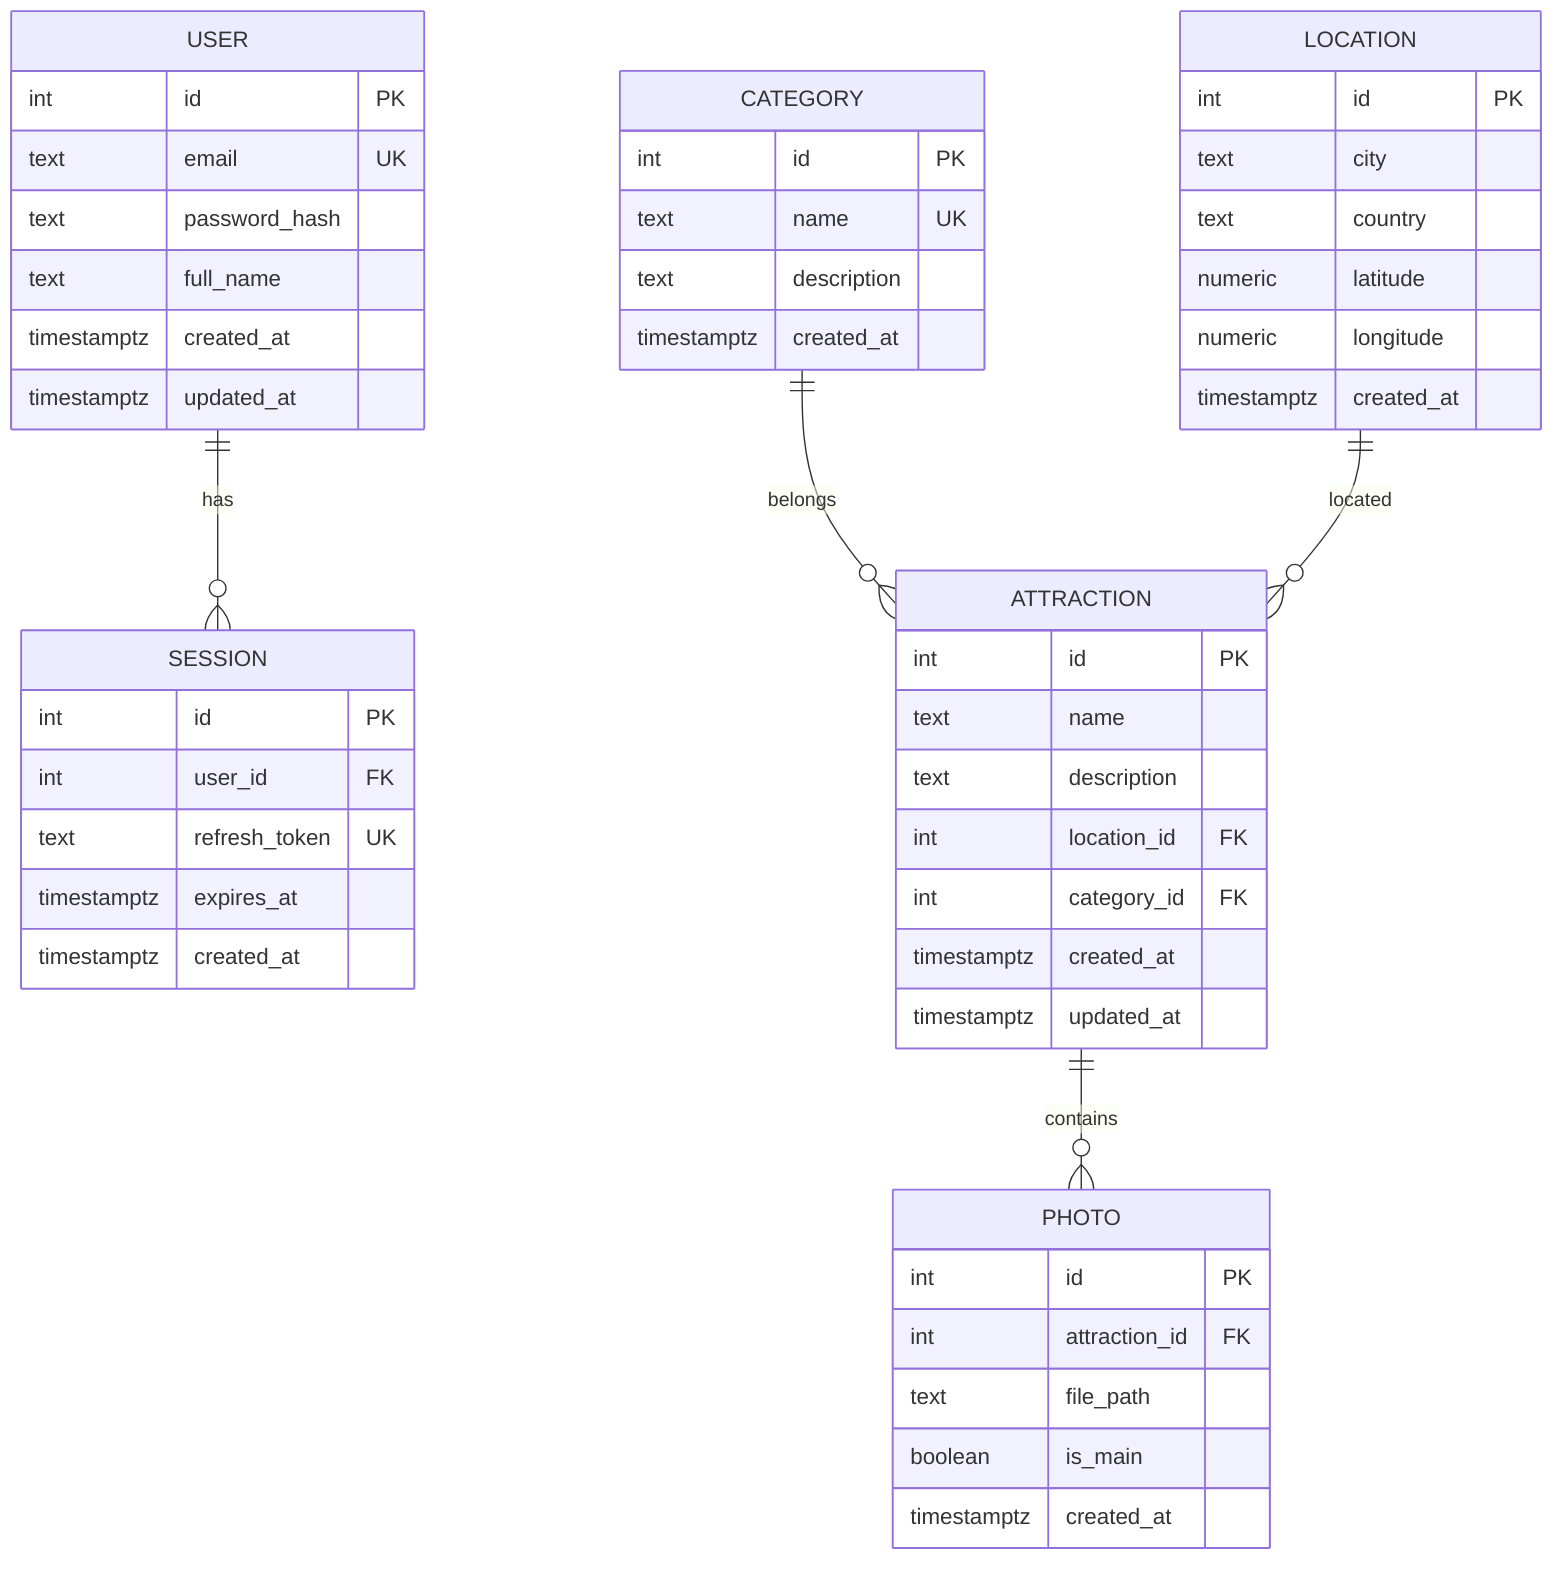
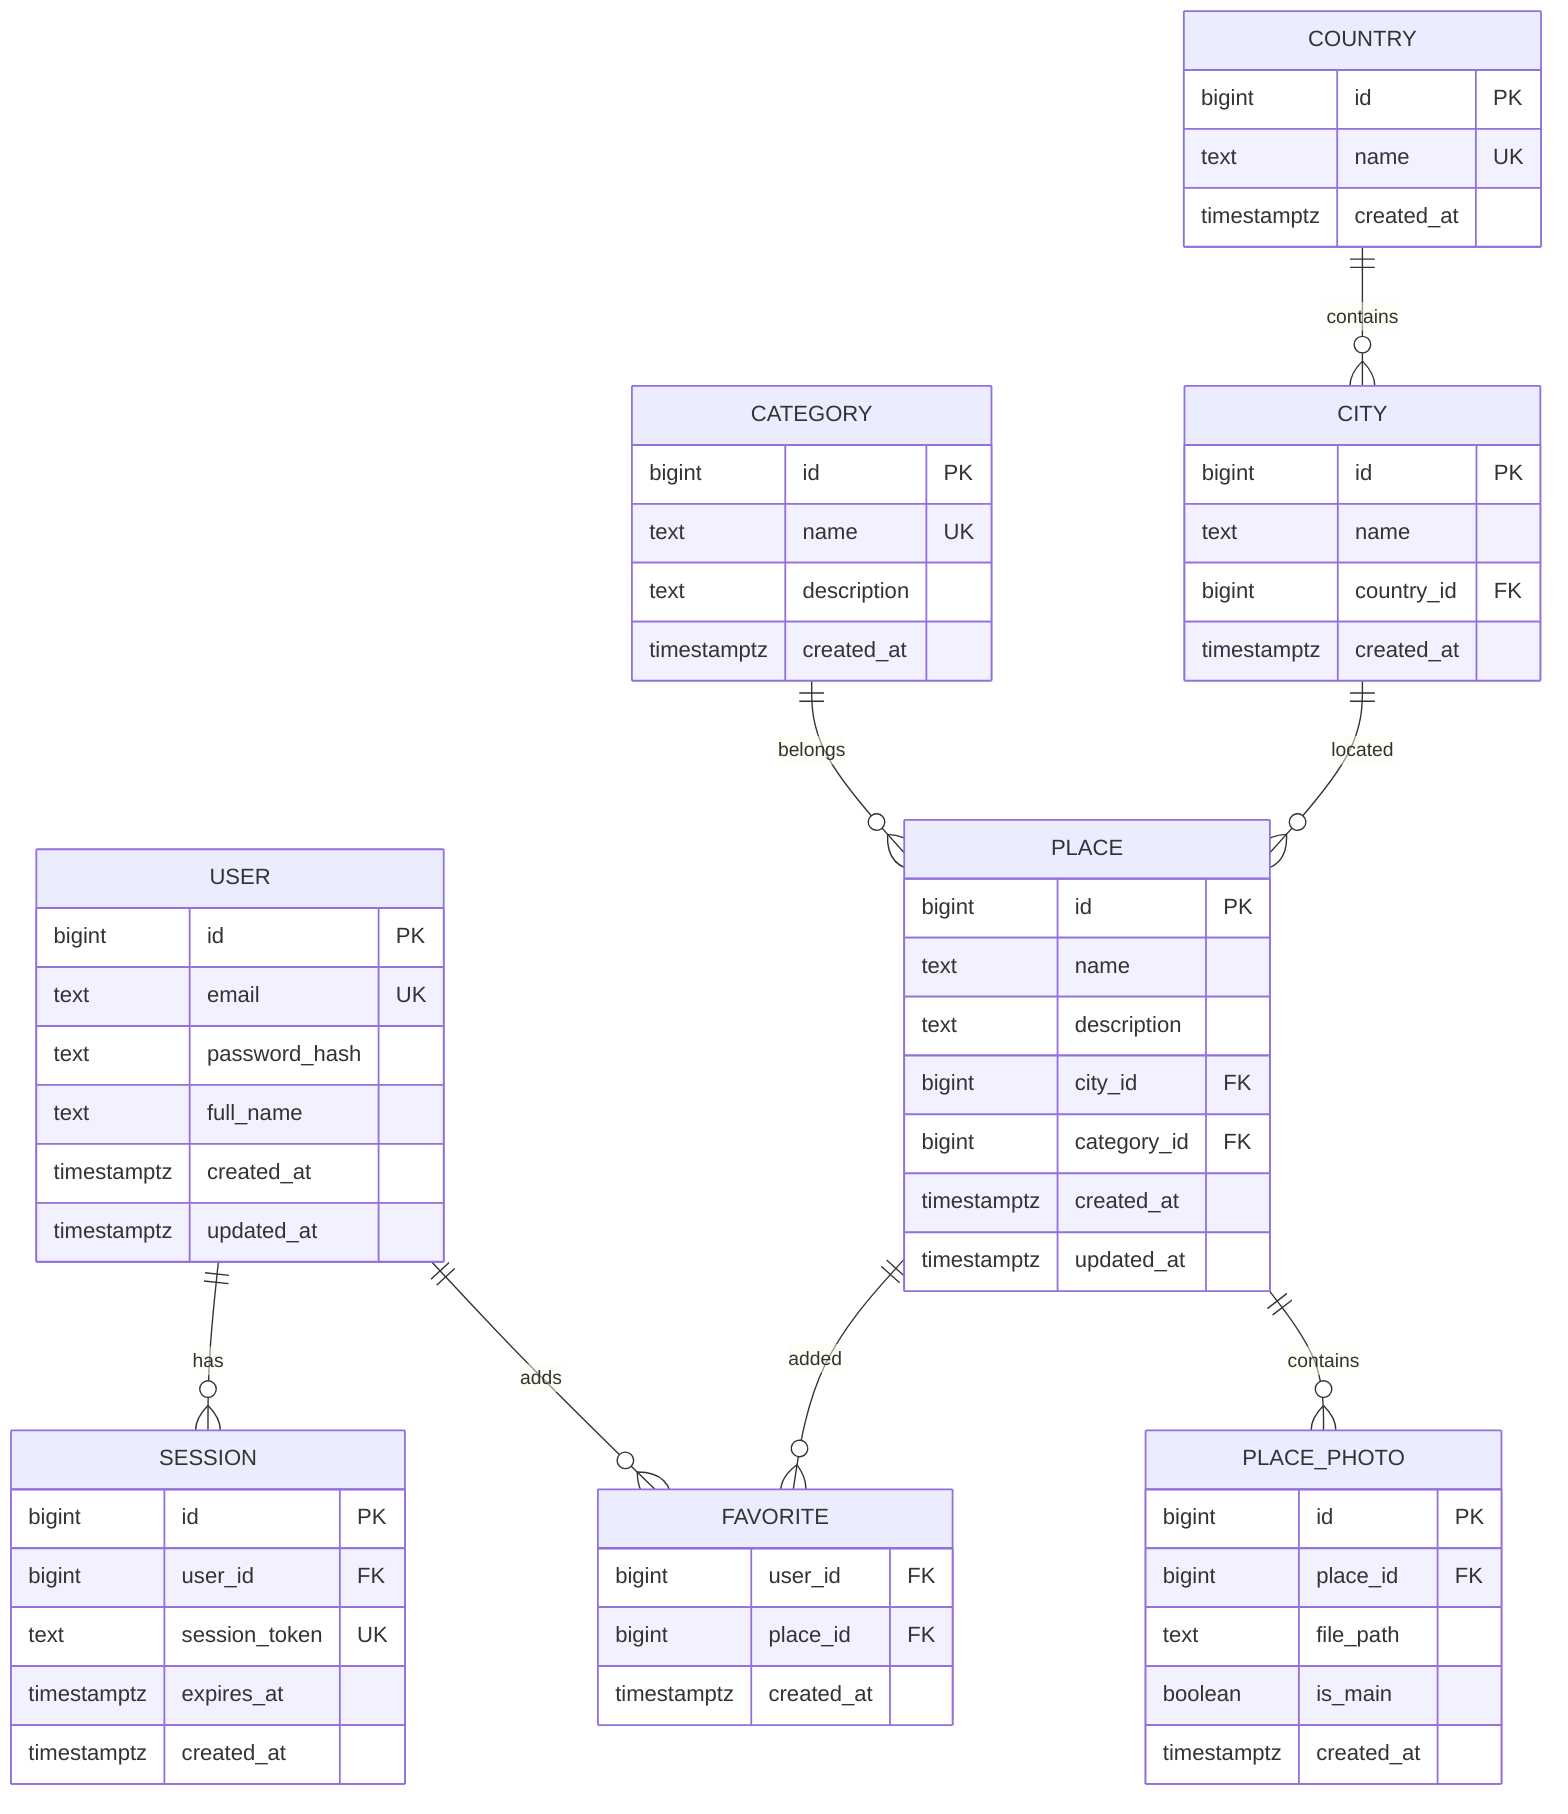
erDiagram
    USER ||--o{ SESSION : has
-     CATEGORY ||--o{ ATTRACTION : belongs
-     LOCATION ||--o{ ATTRACTION : located
-     ATTRACTION ||--o{ PHOTO : contains
+     USER ||--o{ FAVORITE : adds
+     PLACE ||--o{ FAVORITE : added
+     PLACE ||--o{ PLACE_PHOTO : contains
+     CATEGORY ||--o{ PLACE : belongs
+     CITY ||--o{ PLACE : located
+     COUNTRY ||--o{ CITY : contains

    USER {
-         int id PK
+         bigint id PK
        text email UK
        text password_hash
        text full_name
        timestamptz created_at
        timestamptz updated_at
    }

    SESSION {
-         int id PK
-         int user_id FK
-         text refresh_token UK
+         bigint id PK
+         bigint user_id FK
+         text session_token UK
        timestamptz expires_at
        timestamptz created_at
    }

+     FAVORITE {
+         bigint user_id FK
+         bigint place_id FK
+         timestamptz created_at
+     }
+ 
+     PLACE {
+         bigint id PK
+         text name
+         text description
+         bigint city_id FK
+         bigint category_id FK
+         timestamptz created_at
+         timestamptz updated_at
+     }
+ 
+     PLACE_PHOTO {
+         bigint id PK
+         bigint place_id FK
+         text file_path
+         boolean is_main
+         timestamptz created_at
+     }
+ 
    CATEGORY {
-         int id PK
+         bigint id PK
        text name UK
        text description
        timestamptz created_at
    }

-     LOCATION {
-         int id PK
-         text city
-         text country
-         numeric latitude
-         numeric longitude
+     CITY {
+         bigint id PK
+         text name
+         bigint country_id FK
        timestamptz created_at
    }

-     ATTRACTION {
-         int id PK
-         text name
-         text description
-         int location_id FK
-         int category_id FK
-         timestamptz created_at
-         timestamptz updated_at
-     }
- 
-     PHOTO {
-         int id PK
-         int attraction_id FK
-         text file_path
-         boolean is_main
+     COUNTRY {
+         bigint id PK
+         text name UK
        timestamptz created_at
    }